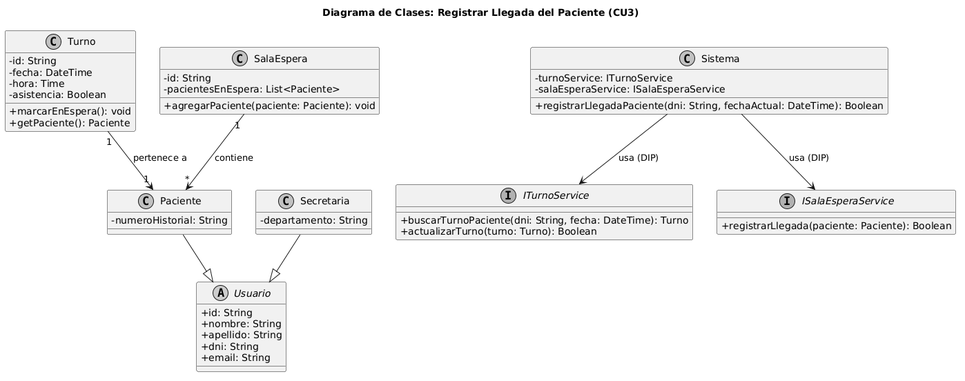
Above: diagramas/01-diagrama-clases/03-clases-registrar-llegada-03.png in FacundoGuiraldes/SistemaTurnosMedicos (PlantUML), before the change.
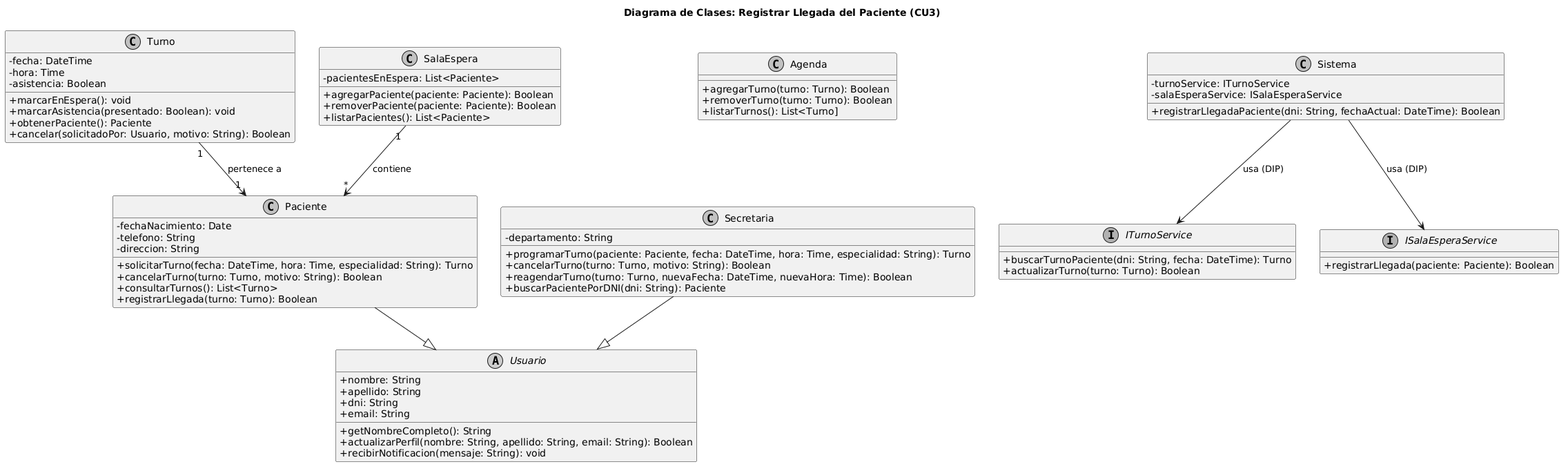
After the commit.

Commit message:
fix: refactorizar clases de CU3 eliminando IDs, completando metodos y cambiando relacion Agenda-Turno a agregacion/composicion

Change to the diagram source:
```diff
@@ -5,34 +5,54 @@
 skinparam monochrome true
 
 abstract class Usuario {
-    +id: String
     +nombre: String
     +apellido: String
     +dni: String
     +email: String
+    +getNombreCompleto(): String
+    +actualizarPerfil(nombre: String, apellido: String, email: String): Boolean
+    +recibirNotificacion(mensaje: String): void
 }
 
 class Paciente {
-    -numeroHistorial: String
+    -fechaNacimiento: Date
+    -telefono: String
+    -direccion: String
+    +solicitarTurno(fecha: DateTime, hora: Time, especialidad: String): Turno
+    +cancelarTurno(turno: Turno, motivo: String): Boolean
+    +consultarTurnos(): List<Turno>
+    +registrarLlegada(turno: Turno): Boolean
 }
 
 class Secretaria {
     -departamento: String
+    +programarTurno(paciente: Paciente, fecha: DateTime, hora: Time, especialidad: String): Turno
+    +cancelarTurno(turno: Turno, motivo: String): Boolean
+    +reagendarTurno(turno: Turno, nuevaFecha: DateTime, nuevaHora: Time): Boolean
+    +buscarPacientePorDNI(dni: String): Paciente
 }
 
 class Turno {
-    -id: String
     -fecha: DateTime
     -hora: Time
     -asistencia: Boolean
     +marcarEnEspera(): void
-    +getPaciente(): Paciente
+    +marcarAsistencia(presentado: Boolean): void
+    +obtenerPaciente(): Paciente
+    +cancelar(solicitadoPor: Usuario, motivo: String): Boolean
 }
 
 class SalaEspera {
-    -id: String
     -pacientesEnEspera: List<Paciente>
-    +agregarPaciente(paciente: Paciente): void
+    +agregarPaciente(paciente: Paciente): Boolean
+    +removerPaciente(paciente: Paciente): Boolean
+    +listarPacientes(): List<Paciente>
+}
+
+class Agenda {
+    +agregarTurno(turno: Turno): Boolean
+    +removerTurno(turno: Turno): Boolean
+    +listarTurnos(): List<Turno]
 }
 
 interface ITurnoService {
```
